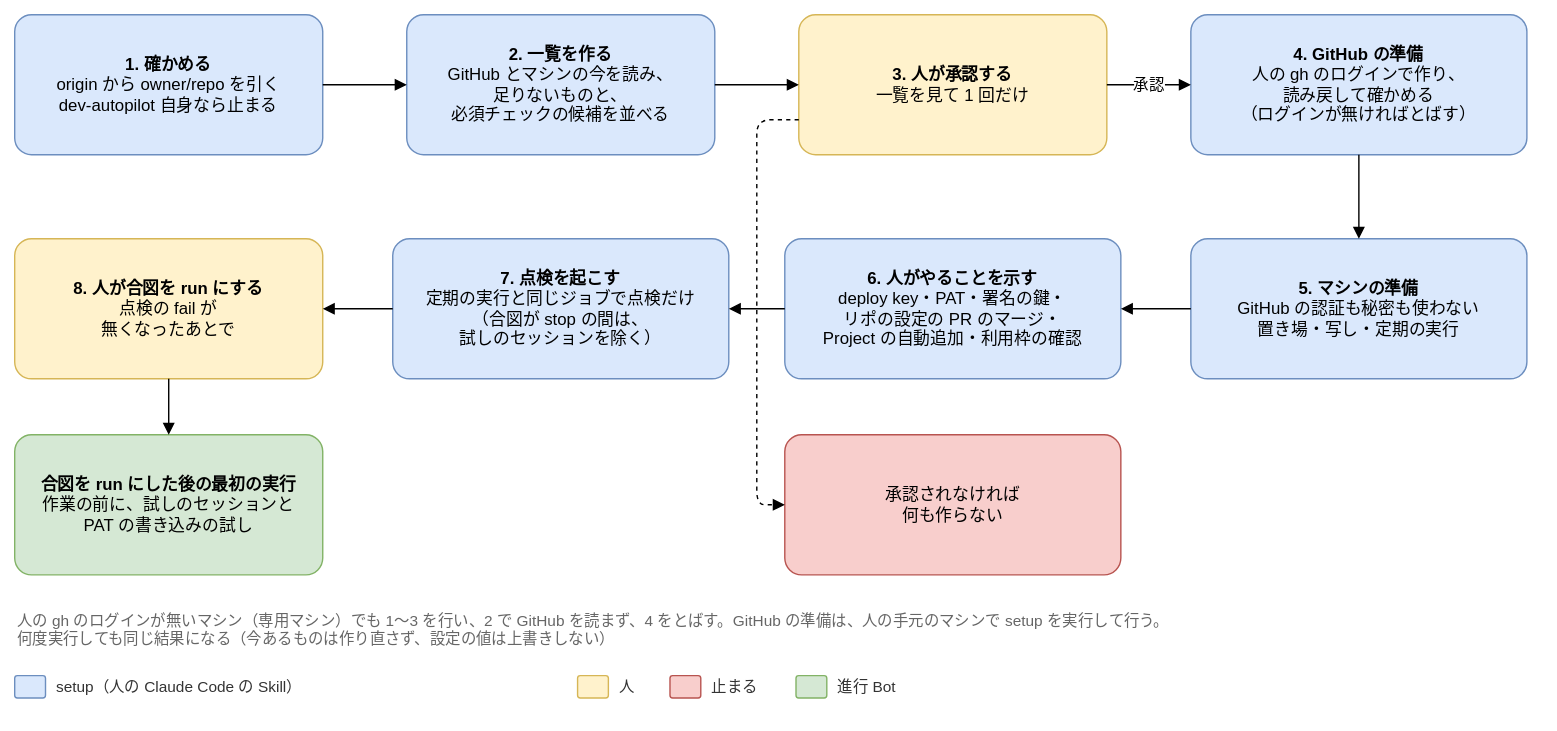
This is docs/design/basic/diagrams/04-setup-flow.drawio.svg from Joymerrevent/dev-autopilot, a draw.io export, as it was before one commit. Source tidied: cells renumbered, new cells last; positions are measured from the earlier drawing's top-left corner, leaving out a move shared by most shapes.
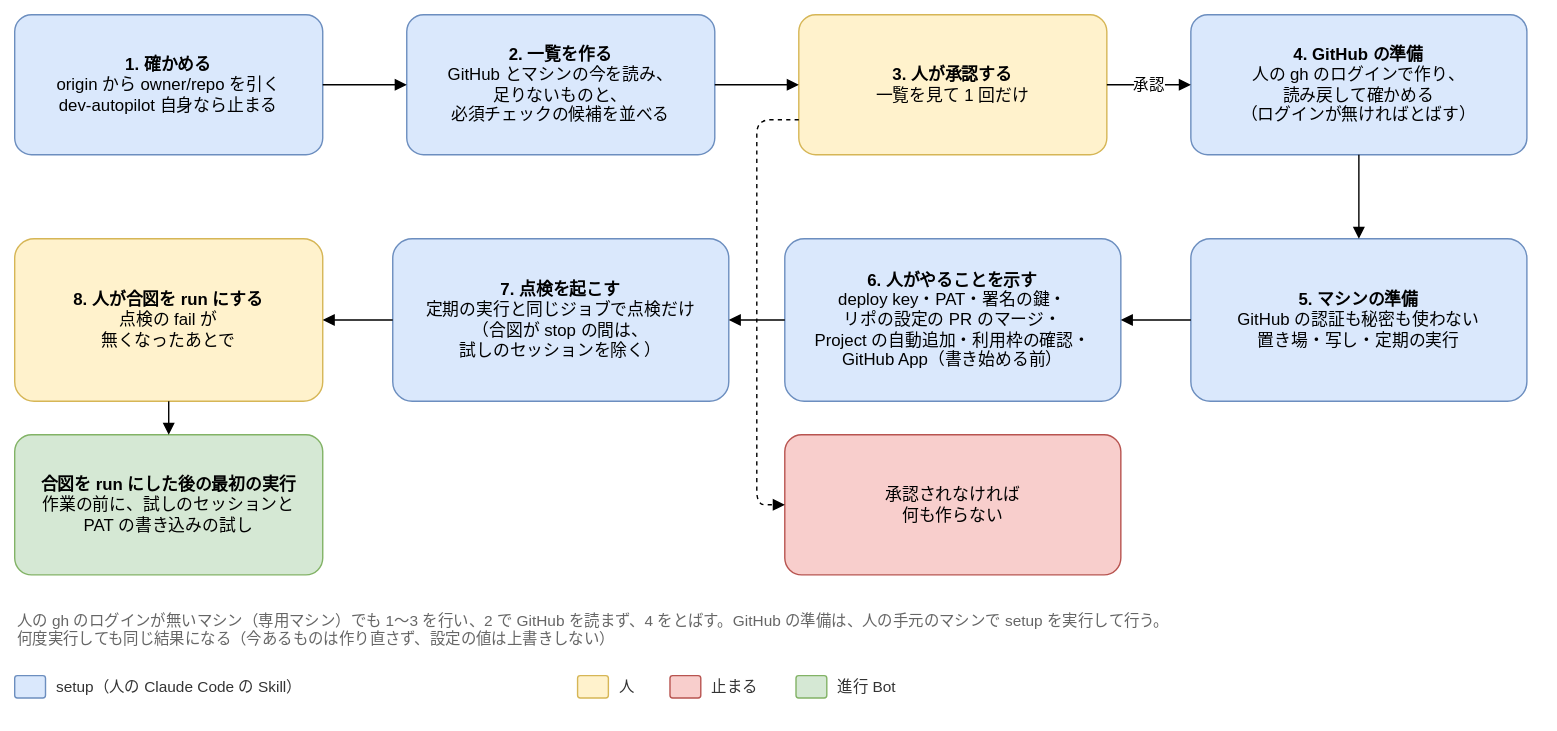
The same diagram one commit later.

The edit, as a diff of the source:
```diff
@@ -15,16 +15,16 @@
       <mxGeometry x="840" width="240" height="100" as="geometry" />
     </mxCell>
     <mxCell id="6" value="&lt;b&gt;5. マシンの準備&lt;/b&gt;&lt;br&gt;GitHub の認証も秘密も使わない&lt;br&gt;置き場・写し・定期の実行" style="rounded=1;whiteSpace=wrap;html=1;fontSize=12;arcSize=12;spacing=12;fillColor=#dae8fc;strokeColor=#6c8ebf;" parent="1" vertex="1">
-      <mxGeometry x="840" y="160" width="240" height="100" as="geometry" />
+      <mxGeometry x="840" y="160" width="240" height="116" as="geometry" />
     </mxCell>
-    <mxCell id="7" value="&lt;b&gt;6. 人がやることを示す&lt;/b&gt;&lt;br&gt;deploy key・PAT・署名の鍵・&lt;br&gt;リポの設定の PR のマージ・&lt;br&gt;Project の自動追加・利用枠の確認" style="rounded=1;whiteSpace=wrap;html=1;fontSize=12;arcSize=12;spacing=12;fillColor=#dae8fc;strokeColor=#6c8ebf;" parent="1" vertex="1">
-      <mxGeometry x="550" y="160" width="240" height="100" as="geometry" />
+    <mxCell id="7" value="&lt;b&gt;6. 人がやることを示す&lt;/b&gt;&lt;br&gt;deploy key・PAT・署名の鍵・&lt;br&gt;リポの設定の PR のマージ・&lt;br&gt;Project の自動追加・利用枠の確認・&lt;br&gt;GitHub App（書き始める前）" style="rounded=1;whiteSpace=wrap;html=1;fontSize=12;arcSize=12;spacing=12;fillColor=#dae8fc;strokeColor=#6c8ebf;" parent="1" vertex="1">
+      <mxGeometry x="550" y="160" width="240" height="116" as="geometry" />
     </mxCell>
     <mxCell id="8" value="&lt;b&gt;7. 点検を起こす&lt;/b&gt;&lt;br&gt;定期の実行と同じジョブで点検だけ&lt;br&gt;（合図が stop の間は、&lt;br&gt;試しのセッションを除く）" style="rounded=1;whiteSpace=wrap;html=1;fontSize=12;arcSize=12;spacing=12;fillColor=#dae8fc;strokeColor=#6c8ebf;" parent="1" vertex="1">
-      <mxGeometry x="270" y="160" width="240" height="100" as="geometry" />
+      <mxGeometry x="270" y="160" width="240" height="116" as="geometry" />
     </mxCell>
     <mxCell id="9" value="&lt;b&gt;8. 人が合図を run にする&lt;/b&gt;&lt;br&gt;点検の fail が&lt;br&gt;無くなったあとで" style="rounded=1;whiteSpace=wrap;html=1;fontSize=12;arcSize=12;spacing=12;fillColor=#fff2cc;strokeColor=#d6b656;" parent="1" vertex="1">
-      <mxGeometry y="160" width="220" height="100" as="geometry" />
+      <mxGeometry y="160" width="220" height="116" as="geometry" />
     </mxCell>
     <mxCell id="10" style="edgeStyle=orthogonalEdgeStyle;rounded=1;html=1;endArrow=block;endFill=1;fontSize=11;labelBackgroundColor=#ffffff;exitX=1;exitY=0.5;exitDx=0;exitDy=0;entryX=0;entryY=0.5;entryDx=0;entryDy=0;" parent="1" edge="1" source="2" target="3">
       <mxGeometry relative="1" as="geometry" />
```
